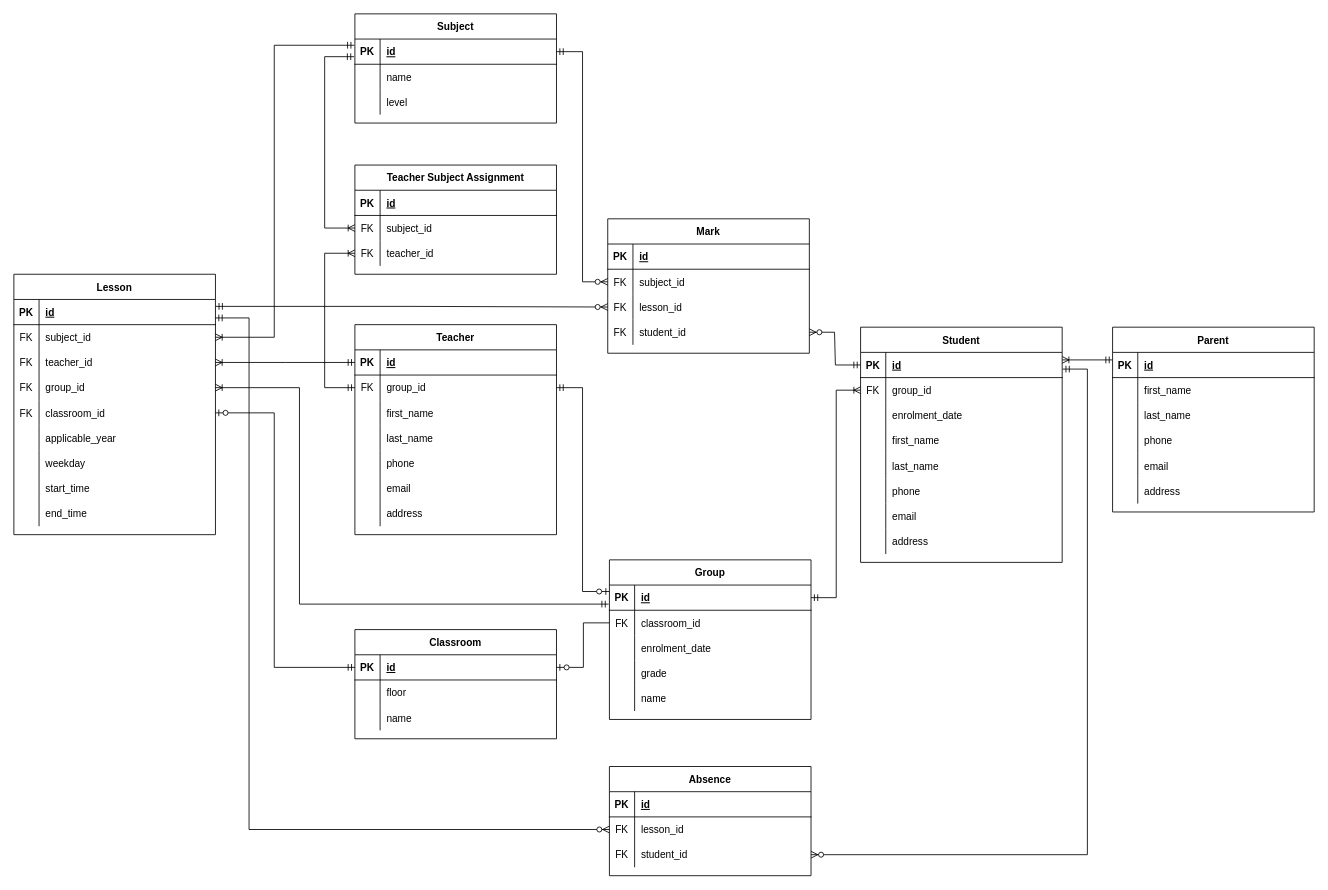
Earlier version of the draw.io diagram Diagrams/High School DB ERD Diagram.drawio.xml (Gherasim-Andrei-Albert/High-School-App). Source tidied: cells renumbered, new cells numbered last; positions are measured from the earlier drawing's top-left corner, leaving out a move shared by most shapes. Both pictures are drawn from the tidied source at 84%, with x=0, y=0 at pixel (13, 13).
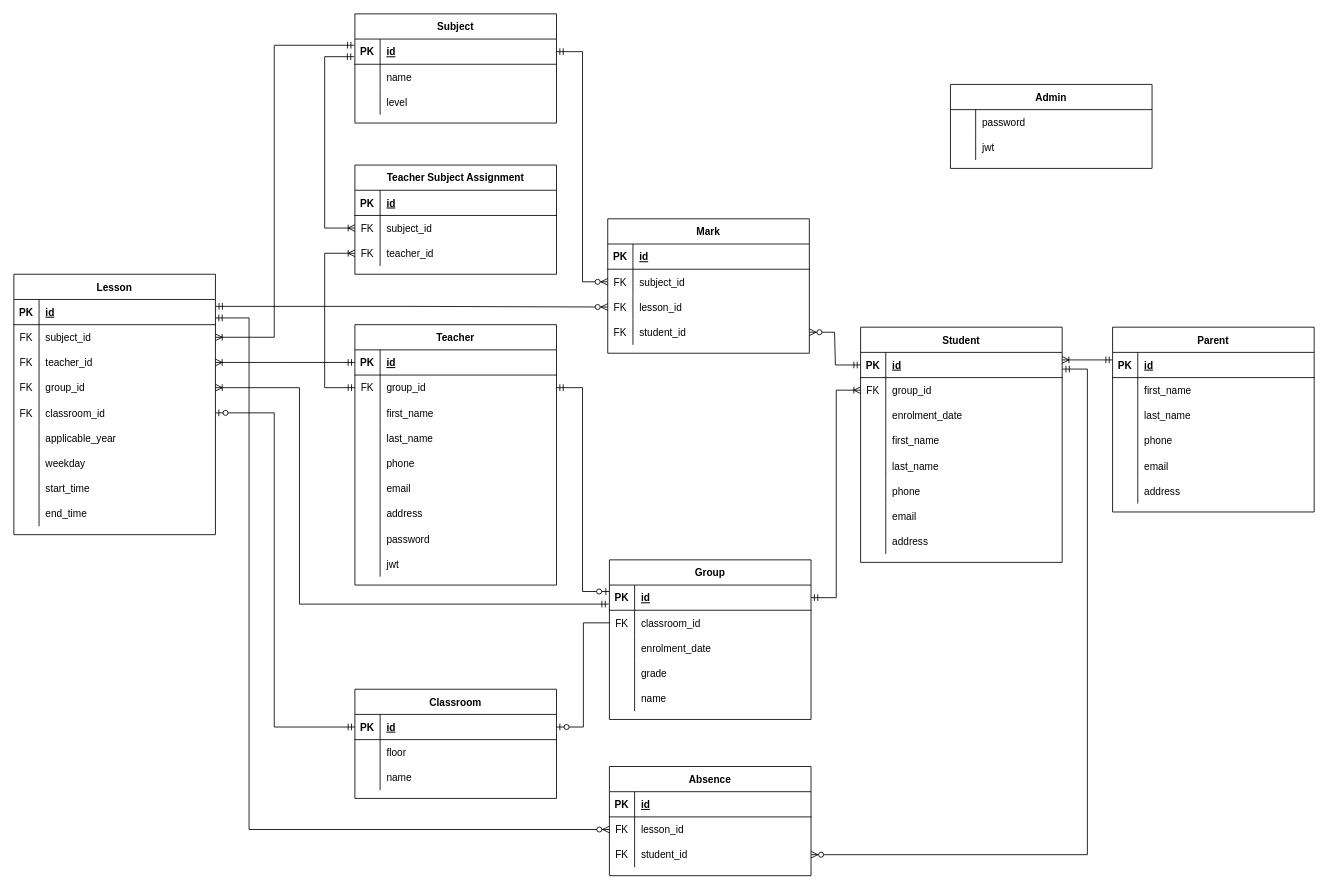
Above is the later version.

Commit message (it also covers changes not shown here):
added authentication fields and tables to diagram

The edit, as a diff of the source:
```diff
@@
     <mxCell id="2" value="Teacher" style="shape=table;startSize=30;childLayout=tableLayout;rowLines=0;fontStyle=1;align=center;" parent="1" vertex="1">
-      <mxGeometry x="406" y="370" width="240" height="250" as="geometry" />
+      <mxGeometry x="406" y="370" width="240" height="310" as="geometry" />
     </mxCell>
@@
+    <mxCell id="180" style="shape=partialRectangle;fillColor=none;top=0;left=0;right=0;bottom=0;" parent="2" vertex="1">
+      <mxGeometry y="240" width="240" height="30" as="geometry" />
+    </mxCell>
+    <mxCell id="181" style="shape=partialRectangle;overflow=hidden;fillColor=none;top=0;left=0;bottom=0;right=0;" parent="180" vertex="1">
+      <mxGeometry width="30" height="30" as="geometry" />
+    </mxCell>
+    <mxCell id="182" value="password" style="shape=partialRectangle;overflow=hidden;fillColor=none;top=0;left=0;bottom=0;right=0;align=left;spacingLeft=6;" parent="180" vertex="1">
+      <mxGeometry x="30" width="210" height="30" as="geometry" />
+    </mxCell>
+    <mxCell id="183" style="shape=partialRectangle;fillColor=none;top=0;left=0;right=0;bottom=0;" parent="2" vertex="1">
+      <mxGeometry y="270" width="240" height="30" as="geometry" />
+    </mxCell>
+    <mxCell id="184" style="shape=partialRectangle;overflow=hidden;fillColor=none;top=0;left=0;bottom=0;right=0;" parent="183" vertex="1">
+      <mxGeometry width="30" height="30" as="geometry" />
+    </mxCell>
+    <mxCell id="185" value="jwt" style="shape=partialRectangle;overflow=hidden;fillColor=none;top=0;left=0;bottom=0;right=0;align=left;spacingLeft=6;" parent="183" vertex="1">
+      <mxGeometry x="30" width="210" height="30" as="geometry" />
+    </mxCell>
@@
     <mxCell id="167" value="Classroom" style="shape=table;startSize=30;childLayout=tableLayout;rowLines=0;fontStyle=1;align=center;" parent="1" vertex="1">
-      <mxGeometry x="406" y="733" width="240" height="130" as="geometry" />
+      <mxGeometry x="406" y="804" width="240" height="130" as="geometry" />
     </mxCell>
@@
+    <mxCell id="186" value="Admin" style="shape=table;startSize=30;childLayout=tableLayout;rowLines=0;fontStyle=1;align=center;" parent="1" vertex="1">
+      <mxGeometry x="1115" y="84" width="240" height="100" as="geometry" />
+    </mxCell>
+    <mxCell id="187" style="shape=partialRectangle;fillColor=none;top=0;left=0;right=0;bottom=0;" parent="186" vertex="1">
+      <mxGeometry y="30" width="240" height="30" as="geometry" />
+    </mxCell>
+    <mxCell id="188" style="shape=partialRectangle;overflow=hidden;fillColor=none;top=0;left=0;bottom=0;right=0;" parent="187" vertex="1">
+      <mxGeometry width="30" height="30" as="geometry" />
+    </mxCell>
+    <mxCell id="189" value="password" style="shape=partialRectangle;overflow=hidden;fillColor=none;top=0;left=0;bottom=0;right=0;align=left;spacingLeft=6;" parent="187" vertex="1">
+      <mxGeometry x="30" width="210" height="30" as="geometry" />
+    </mxCell>
+    <mxCell id="190" style="shape=partialRectangle;fillColor=none;top=0;left=0;right=0;bottom=0;" parent="186" vertex="1">
+      <mxGeometry y="60" width="240" height="30" as="geometry" />
+    </mxCell>
+    <mxCell id="191" style="shape=partialRectangle;overflow=hidden;fillColor=none;top=0;left=0;bottom=0;right=0;" parent="190" vertex="1">
+      <mxGeometry width="30" height="30" as="geometry" />
+    </mxCell>
+    <mxCell id="192" value="jwt" style="shape=partialRectangle;overflow=hidden;fillColor=none;top=0;left=0;bottom=0;right=0;align=left;spacingLeft=6;" parent="190" vertex="1">
+      <mxGeometry x="30" width="210" height="30" as="geometry" />
+    </mxCell>
```
